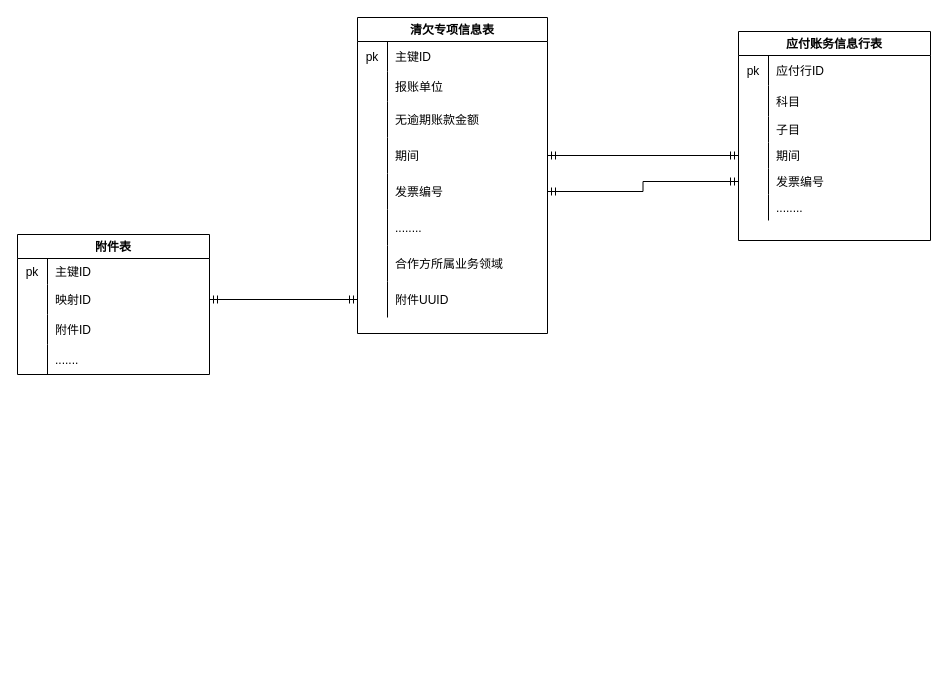
Before: page "清欠工作台" (6 of 6) of Untitled Diagram.drawio in Alpha-chatbot/pic, a draw.io diagram. Source tidied: cells renumbered, new cells numbered last; positions are measured from the earlier drawing's top-left corner, leaving out a move shared by most shapes. Both pictures are drawn from the tidied source at 100%, with x=0, y=0 at pixel (17, 17).
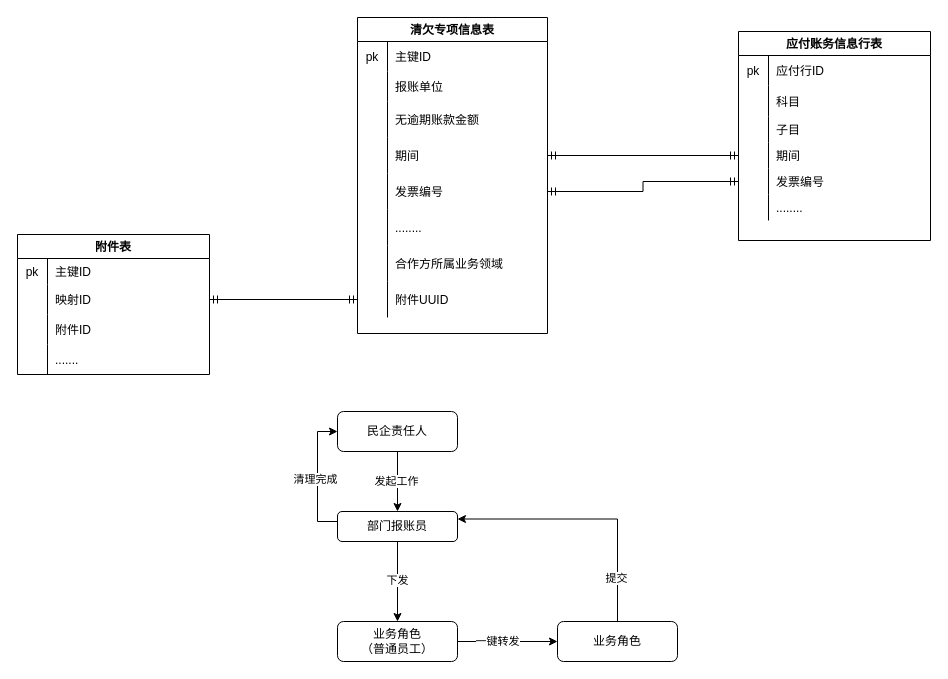
After the change.

Commit message:
清欠流程图Untitled Diagram.drawio

Change to the diagram source:
```diff
@@
+    <mxCell id="62" style="edgeStyle=orthogonalEdgeStyle;rounded=0;jettySize=auto;html=1;entryX=0.5;entryY=0;entryDx=0;entryDy=0;" parent="1" edge="1" source="64" target="69">
+      <mxGeometry relative="1" as="geometry" />
+    </mxCell>
+    <mxCell id="63" value="发起工作" style="edgeLabel;html=1;align=center;verticalAlign=middle;" parent="62" vertex="1">
+      <mxGeometry x="0.23" y="-2" relative="1" as="geometry">
+        <mxPoint y="-8" as="offset" />
+      </mxGeometry>
+    </mxCell>
+    <mxCell id="64" value="民企责任人" style="rounded=1;whiteSpace=wrap;html=1;" parent="1" vertex="1">
+      <mxGeometry x="320" y="394" width="120" height="40" as="geometry" />
+    </mxCell>
+    <mxCell id="65" style="edgeStyle=orthogonalEdgeStyle;rounded=0;jettySize=auto;html=1;" parent="1" edge="1" source="69" target="72">
+      <mxGeometry relative="1" as="geometry" />
+    </mxCell>
+    <mxCell id="66" value="下发" style="edgeLabel;html=1;align=center;verticalAlign=middle;" parent="65" vertex="1">
+      <mxGeometry x="0.23" y="4" relative="1" as="geometry">
+        <mxPoint x="-5" y="-11" as="offset" />
+      </mxGeometry>
+    </mxCell>
+    <mxCell id="67" style="edgeStyle=orthogonalEdgeStyle;rounded=0;jettySize=auto;html=1;entryX=0;entryY=0.5;entryDx=0;entryDy=0;" parent="1" edge="1" source="69" target="64">
+      <mxGeometry relative="1" as="geometry">
+        <Array as="points">
+          <mxPoint x="300" y="504" />
+          <mxPoint x="300" y="414" />
+        </Array>
+      </mxGeometry>
+    </mxCell>
+    <mxCell id="68" value="清理完成" style="edgeLabel;html=1;align=center;verticalAlign=middle;" parent="67" vertex="1">
+      <mxGeometry x="-0.25" y="3" relative="1" as="geometry">
+        <mxPoint y="-14" as="offset" />
+      </mxGeometry>
+    </mxCell>
+    <mxCell id="69" value="部门报账员" style="rounded=1;whiteSpace=wrap;html=1;" parent="1" vertex="1">
+      <mxGeometry x="320" y="494" width="120" height="30" as="geometry" />
+    </mxCell>
+    <mxCell id="70" style="edgeStyle=orthogonalEdgeStyle;rounded=0;jettySize=auto;html=1;" parent="1" edge="1" source="72">
+      <mxGeometry relative="1" as="geometry">
+        <mxPoint x="540" y="624" as="targetPoint" />
+      </mxGeometry>
+    </mxCell>
+    <mxCell id="71" value="一键转发" style="edgeLabel;html=1;align=center;verticalAlign=middle;" parent="70" vertex="1">
+      <mxGeometry x="-0.23" y="3" relative="1" as="geometry">
+        <mxPoint y="2" as="offset" />
+      </mxGeometry>
+    </mxCell>
+    <mxCell id="72" value="业务角色&lt;br&gt;（普通员工）" style="rounded=1;whiteSpace=wrap;html=1;" parent="1" vertex="1">
+      <mxGeometry x="320" y="604" width="120" height="40" as="geometry" />
+    </mxCell>
+    <mxCell id="73" style="edgeStyle=orthogonalEdgeStyle;rounded=0;jettySize=auto;html=1;entryX=1;entryY=0.25;entryDx=0;entryDy=0;" parent="1" edge="1" source="75" target="69">
+      <mxGeometry relative="1" as="geometry">
+        <Array as="points">
+          <mxPoint x="600" y="502" />
+        </Array>
+      </mxGeometry>
+    </mxCell>
+    <mxCell id="74" value="提交" style="edgeLabel;html=1;align=center;verticalAlign=middle;" parent="73" vertex="1">
+      <mxGeometry x="-0.7" y="2" relative="1" as="geometry">
+        <mxPoint y="-5" as="offset" />
+      </mxGeometry>
+    </mxCell>
+    <mxCell id="75" value="业务角色" style="rounded=1;whiteSpace=wrap;html=1;" parent="1" vertex="1">
+      <mxGeometry x="540" y="604" width="120" height="40" as="geometry" />
+    </mxCell>
```
